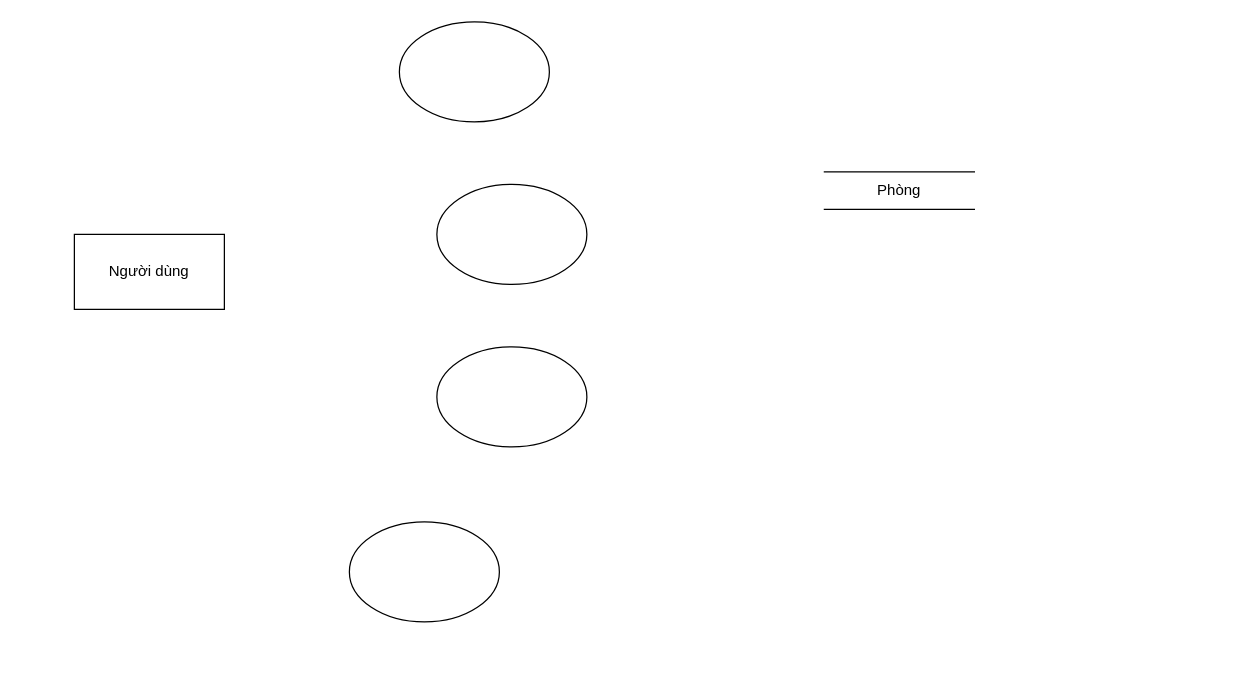
Above: page "DFD - Mức 1- Hệ quản lý phòng" (11 of 12) of iotentities.drawio in khanhdew/SmartHome (draw.io), before the change. Source tidied: cells renumbered, new cells numbered last; positions are measured from the earlier drawing's top-left corner, leaving out a move shared by most shapes. Both pictures are drawn from the tidied source at 125%, with x=0, y=0 at pixel (74, 21).
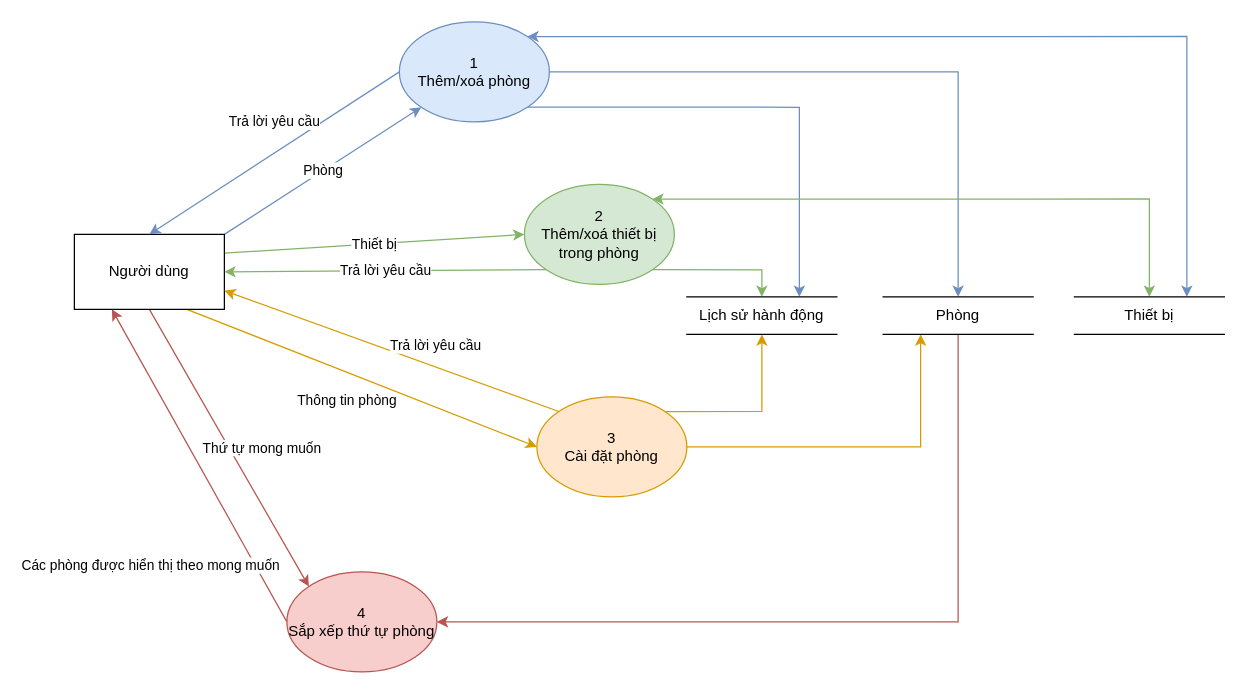
Above is the later version.

Unchanged cells that the change refers to:
```xml
<mxCell id="2" value="Người dùng" style="rounded=0;whiteSpace=wrap;html=1;" parent="1" vertex="1">
  <mxGeometry y="170" width="120" height="60" as="geometry" />
</mxCell>
```

Change to the diagram source:
```diff
@@
+    <mxCell id="8" value="Phòng" style="rounded=0;jettySize=auto;html=1;exitX=1;exitY=0;exitDx=0;exitDy=0;entryX=0;entryY=1;entryDx=0;entryDy=0;fillColor=#dae8fc;strokeColor=#6c8ebf;" parent="1" edge="1" source="2" target="3">
+      <mxGeometry relative="1" as="geometry" />
+    </mxCell>
+    <mxCell id="9" value="Thiết bị" style="rounded=0;jettySize=auto;html=1;exitX=1;exitY=0.25;exitDx=0;exitDy=0;entryX=0;entryY=0.5;entryDx=0;entryDy=0;fillColor=#d5e8d4;strokeColor=#82b366;" parent="1" edge="1" source="2" target="4">
+      <mxGeometry relative="1" as="geometry" />
+    </mxCell>
+    <mxCell id="10" value="Thông tin phòng" style="rounded=0;jettySize=auto;html=1;exitX=0.75;exitY=1;exitDx=0;exitDy=0;entryX=0;entryY=0.5;entryDx=0;entryDy=0;fillColor=#ffe6cc;strokeColor=#d79b00;" parent="1" edge="1" source="2" target="5">
+      <mxGeometry x="-0.03" y="-21" relative="1" as="geometry" />
+    </mxCell>
+    <mxCell id="11" value="Thứ tự mong muốn" style="rounded=0;jettySize=auto;html=1;exitX=0.5;exitY=1;exitDx=0;exitDy=0;entryX=0;entryY=0;entryDx=0;entryDy=0;fillColor=#f8cecc;strokeColor=#b85450;" parent="1" edge="1" source="2" target="6">
+      <mxGeometry x="0.1" y="23" relative="1" as="geometry" />
+    </mxCell>
@@
+    <mxCell id="12" value="Trả lời yêu cầu" style="rounded=0;jettySize=auto;html=1;exitX=0;exitY=0.5;exitDx=0;exitDy=0;entryX=0.5;entryY=0;entryDx=0;entryDy=0;fillColor=#dae8fc;strokeColor=#6c8ebf;" parent="1" edge="1" source="3" target="2">
+      <mxGeometry x="-0.11" y="-21" relative="1" as="geometry" />
+    </mxCell>
+    <mxCell id="13" style="edgeStyle=orthogonalEdgeStyle;rounded=0;jettySize=auto;html=1;exitX=1;exitY=0.5;exitDx=0;exitDy=0;fillColor=#dae8fc;strokeColor=#6c8ebf;" parent="1" edge="1" source="3" target="7">
+      <mxGeometry relative="1" as="geometry" />
+    </mxCell>
+    <mxCell id="14" style="edgeStyle=orthogonalEdgeStyle;rounded=0;jettySize=auto;html=1;exitX=1;exitY=1;exitDx=0;exitDy=0;entryX=0.75;entryY=0;entryDx=0;entryDy=0;fillColor=#dae8fc;strokeColor=#6c8ebf;" parent="1" edge="1" source="3" target="24">
+      <mxGeometry relative="1" as="geometry" />
+    </mxCell>
+    <mxCell id="15" style="edgeStyle=orthogonalEdgeStyle;rounded=0;jettySize=auto;html=1;exitX=1;exitY=0;exitDx=0;exitDy=0;entryX=0.75;entryY=0;entryDx=0;entryDy=0;fillColor=#dae8fc;strokeColor=#6c8ebf;startArrow=classic;startFill=1;" parent="1" edge="1" source="3" target="25">
+      <mxGeometry relative="1" as="geometry" />
+    </mxCell>
-    <mxCell id="3" style="ellipse;whiteSpace=wrap;html=1;" parent="1" vertex="1">
+    <mxCell id="3" value="1&lt;div&gt;Thêm/xoá phòng&lt;/div&gt;" style="ellipse;whiteSpace=wrap;html=1;fillColor=#dae8fc;strokeColor=#6c8ebf;" parent="1" vertex="1">
       <mxGeometry x="260" width="120" height="80" as="geometry" />
     </mxCell>
+    <mxCell id="16" value="Trả lời yêu cầu" style="rounded=0;jettySize=auto;html=1;exitX=0;exitY=1;exitDx=0;exitDy=0;entryX=1;entryY=0.5;entryDx=0;entryDy=0;fillColor=#d5e8d4;strokeColor=#82b366;" parent="1" edge="1" source="4" target="2">
+      <mxGeometry relative="1" as="geometry" />
+    </mxCell>
+    <mxCell id="17" style="edgeStyle=orthogonalEdgeStyle;rounded=0;jettySize=auto;html=1;exitX=1;exitY=1;exitDx=0;exitDy=0;fillColor=#d5e8d4;strokeColor=#82b366;" parent="1" edge="1" source="4" target="24">
+      <mxGeometry relative="1" as="geometry" />
+    </mxCell>
+    <mxCell id="18" style="edgeStyle=orthogonalEdgeStyle;rounded=0;jettySize=auto;html=1;exitX=1;exitY=0;exitDx=0;exitDy=0;entryX=0.5;entryY=0;entryDx=0;entryDy=0;fillColor=#d5e8d4;strokeColor=#82b366;startArrow=classic;startFill=1;" parent="1" edge="1" source="4" target="25">
+      <mxGeometry relative="1" as="geometry" />
+    </mxCell>
-    <mxCell id="4" style="ellipse;whiteSpace=wrap;html=1;" parent="1" vertex="1">
-      <mxGeometry x="290" y="130" width="120" height="80" as="geometry" />
+    <mxCell id="4" value="2&lt;div&gt;Thêm/xoá thiết bị trong phòng&lt;/div&gt;" style="ellipse;whiteSpace=wrap;html=1;fillColor=#d5e8d4;strokeColor=#82b366;" parent="1" vertex="1">
+      <mxGeometry x="360" y="130" width="120" height="80" as="geometry" />
     </mxCell>
+    <mxCell id="19" value="Trả lời yêu cầu" style="rounded=0;jettySize=auto;html=1;exitX=0;exitY=0;exitDx=0;exitDy=0;entryX=1;entryY=0.75;entryDx=0;entryDy=0;fillColor=#ffe6cc;strokeColor=#d79b00;" parent="1" edge="1" source="5" target="2">
+      <mxGeometry x="-0.22" y="-16" relative="1" as="geometry" />
+    </mxCell>
+    <mxCell id="20" style="edgeStyle=orthogonalEdgeStyle;rounded=0;jettySize=auto;html=1;exitX=1;exitY=0.5;exitDx=0;exitDy=0;entryX=0.25;entryY=1;entryDx=0;entryDy=0;fillColor=#ffe6cc;strokeColor=#d79b00;" parent="1" edge="1" source="5" target="7">
+      <mxGeometry relative="1" as="geometry" />
+    </mxCell>
+    <mxCell id="21" style="edgeStyle=orthogonalEdgeStyle;rounded=0;jettySize=auto;html=1;exitX=1;exitY=0;exitDx=0;exitDy=0;entryX=0.5;entryY=1;entryDx=0;entryDy=0;fillColor=#ffe6cc;strokeColor=#d79b00;" parent="1" edge="1" source="5" target="24">
+      <mxGeometry relative="1" as="geometry">
+        <Array as="points">
+          <mxPoint x="550" y="312" />
+        </Array>
+      </mxGeometry>
+    </mxCell>
-    <mxCell id="5" style="ellipse;whiteSpace=wrap;html=1;" parent="1" vertex="1">
-      <mxGeometry x="290" y="260" width="120" height="80" as="geometry" />
+    <mxCell id="5" value="3&lt;div&gt;Cài đặt phòng&lt;/div&gt;" style="ellipse;whiteSpace=wrap;html=1;fillColor=#ffe6cc;strokeColor=#d79b00;" parent="1" vertex="1">
+      <mxGeometry x="370" y="300" width="120" height="80" as="geometry" />
     </mxCell>
+    <mxCell id="22" value="Các phòng được hiển thị theo mong muốn" style="rounded=0;jettySize=auto;html=1;exitX=0;exitY=0.5;exitDx=0;exitDy=0;entryX=0.25;entryY=1;entryDx=0;entryDy=0;fillColor=#f8cecc;strokeColor=#b85450;" parent="1" edge="1" source="6" target="2">
+      <mxGeometry x="-0.35" y="73" relative="1" as="geometry" />
+    </mxCell>
-    <mxCell id="6" style="ellipse;whiteSpace=wrap;html=1;" parent="1" vertex="1">
-      <mxGeometry x="220" y="400" width="120" height="80" as="geometry" />
+    <mxCell id="6" value="4&lt;div&gt;Sắp xếp thứ tự phòng&lt;/div&gt;" style="ellipse;whiteSpace=wrap;html=1;fillColor=#f8cecc;strokeColor=#b85450;" parent="1" vertex="1">
+      <mxGeometry x="170" y="440" width="120" height="80" as="geometry" />
     </mxCell>
+    <mxCell id="23" style="edgeStyle=orthogonalEdgeStyle;rounded=0;jettySize=auto;html=1;exitX=0.5;exitY=1;exitDx=0;exitDy=0;entryX=1;entryY=0.5;entryDx=0;entryDy=0;fillColor=#f8cecc;strokeColor=#b85450;" parent="1" edge="1" source="7" target="6">
+      <mxGeometry relative="1" as="geometry" />
+    </mxCell>
     <mxCell id="7" value="Phòng" style="shape=partialRectangle;whiteSpace=wrap;html=1;left=0;right=0;fillColor=none;" parent="1" vertex="1">
-      <mxGeometry x="600" y="120" width="120" height="30" as="geometry" />
+      <mxGeometry x="647" y="220" width="120" height="30" as="geometry" />
     </mxCell>
+    <mxCell id="24" value="Lịch sử hành động" style="shape=partialRectangle;whiteSpace=wrap;html=1;left=0;right=0;fillColor=none;" parent="1" vertex="1">
+      <mxGeometry x="490" y="220" width="120" height="30" as="geometry" />
+    </mxCell>
+    <mxCell id="25" value="Thiết bị" style="shape=partialRectangle;whiteSpace=wrap;html=1;left=0;right=0;fillColor=none;" parent="1" vertex="1">
+      <mxGeometry x="800" y="220" width="120" height="30" as="geometry" />
+    </mxCell>
```
